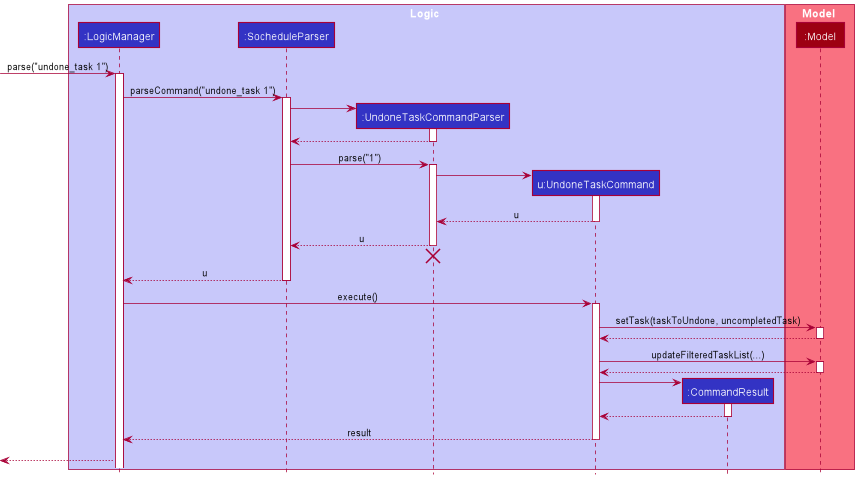
Earlier version of the PlantUML export docs/images/UndoneTaskCommandSequenceDiagram.png (nus-cs2103-AY2021S2/tp). The source it was exported from:
```plantuml
@startuml
!include style.puml

box Logic LOGIC_COLOR_T1
participant ":LogicManager" as LogicManager LOGIC_COLOR
participant ":SocheduleParser" as SocheduleParser LOGIC_COLOR
participant ":UndoneTaskCommandParser" as UndoneTaskCommandParser LOGIC_COLOR
participant "u:UndoneTaskCommand" as UndoneTaskCommand LOGIC_COLOR
participant ":CommandResult" as CommandResult LOGIC_COLOR
end box

box Model MODEL_COLOR_T1
participant ":Model" as Model MODEL_COLOR
end box

[-> LogicManager : parse("undone_task 1")
activate LogicManager

LogicManager -> SocheduleParser : parseCommand("undone_task 1")
activate SocheduleParser

create UndoneTaskCommandParser
SocheduleParser -> UndoneTaskCommandParser
activate UndoneTaskCommandParser
UndoneTaskCommandParser --> SocheduleParser
deactivate UndoneTaskCommandParser

SocheduleParser -> UndoneTaskCommandParser: parse("1")
activate UndoneTaskCommandParser

create UndoneTaskCommand
UndoneTaskCommandParser -> UndoneTaskCommand
activate UndoneTaskCommand
UndoneTaskCommandParser <--UndoneTaskCommand : u
deactivate UndoneTaskCommand

SocheduleParser <--UndoneTaskCommandParser : u
deactivate UndoneTaskCommandParser
UndoneTaskCommandParser -[hidden]->[
destroy UndoneTaskCommandParser

LogicManager <-- SocheduleParser : u
deactivate SocheduleParser

LogicManager -> UndoneTaskCommand : execute()
activate UndoneTaskCommand

UndoneTaskCommand -> Model : setTask(taskToUndone, uncompletedTask)
activate Model
UndoneTaskCommand <-- Model
deactivate Model

UndoneTaskCommand -> Model : updateFilteredTaskList(...)
activate Model
UndoneTaskCommand <-- Model
deactivate Model

create CommandResult
UndoneTaskCommand -> CommandResult
activate CommandResult
UndoneTaskCommand <-- CommandResult
deactivate CommandResult

LogicManager <-- UndoneTaskCommand: result
deactivate UndoneTaskCommand
UndoneTaskCommand -[hidden]->[

[<-- LogicManager :
@enduml
```
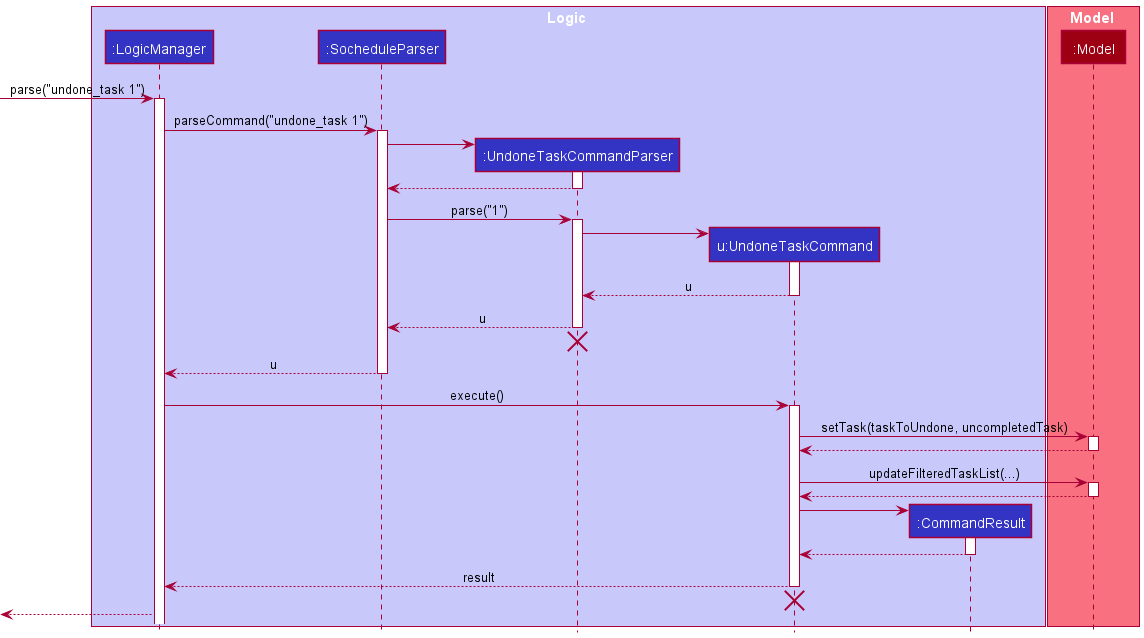
The same file after the commit.

Change to the diagram source:
```diff
@@ -64,6 +64,7 @@
 LogicManager <-- UndoneTaskCommand: result
 deactivate UndoneTaskCommand
 UndoneTaskCommand -[hidden]->[
+destroy UndoneTaskCommand
 
 [<-- LogicManager :
 @enduml
```
